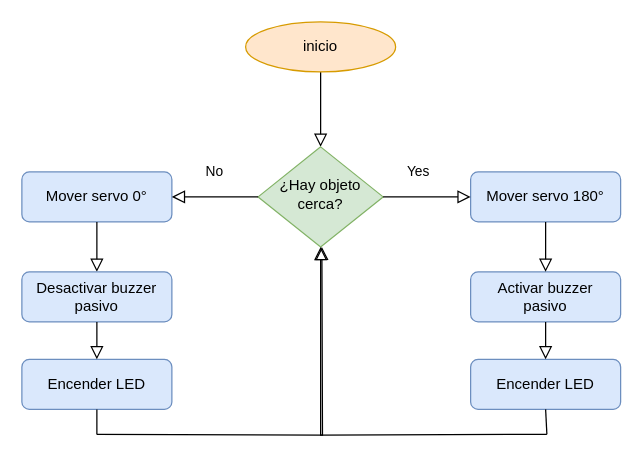
Before: Basurero_Arduino.drawio in KevinCordoba/RepositoriodeDiagramas, a draw.io diagram. Source tidied: cells renumbered, new cells numbered last; positions are measured from the earlier drawing's top-left corner, leaving out a move shared by most shapes. Both pictures are drawn from the tidied source at 125%, with x=0, y=0 at pixel (21, 21).
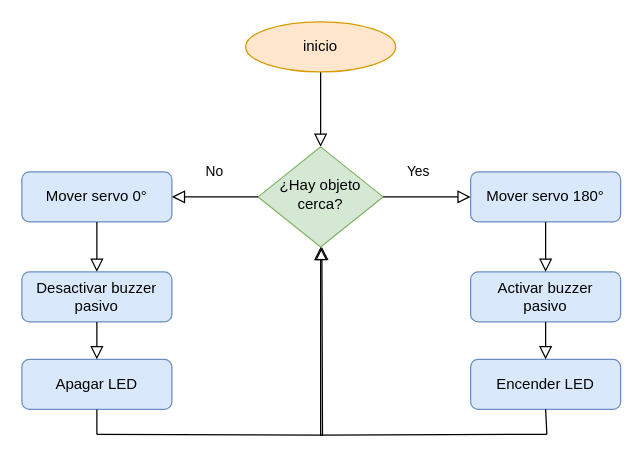
After the change.

Change to the diagram source:
```diff
@@
-    <mxCell id="17" value="Encender LED" style="rounded=1;whiteSpace=wrap;html=1;fontSize=12;glass=0;strokeWidth=1;shadow=0;fillColor=#dae8fc;strokeColor=#6c8ebf;" parent="1" vertex="1">
+    <mxCell id="17" value="Apagar LED" style="rounded=1;whiteSpace=wrap;html=1;fontSize=12;glass=0;strokeWidth=1;shadow=0;fillColor=#dae8fc;strokeColor=#6c8ebf;" parent="1" vertex="1">
       <mxGeometry y="270" width="120" height="40" as="geometry" />
     </mxCell>
```
